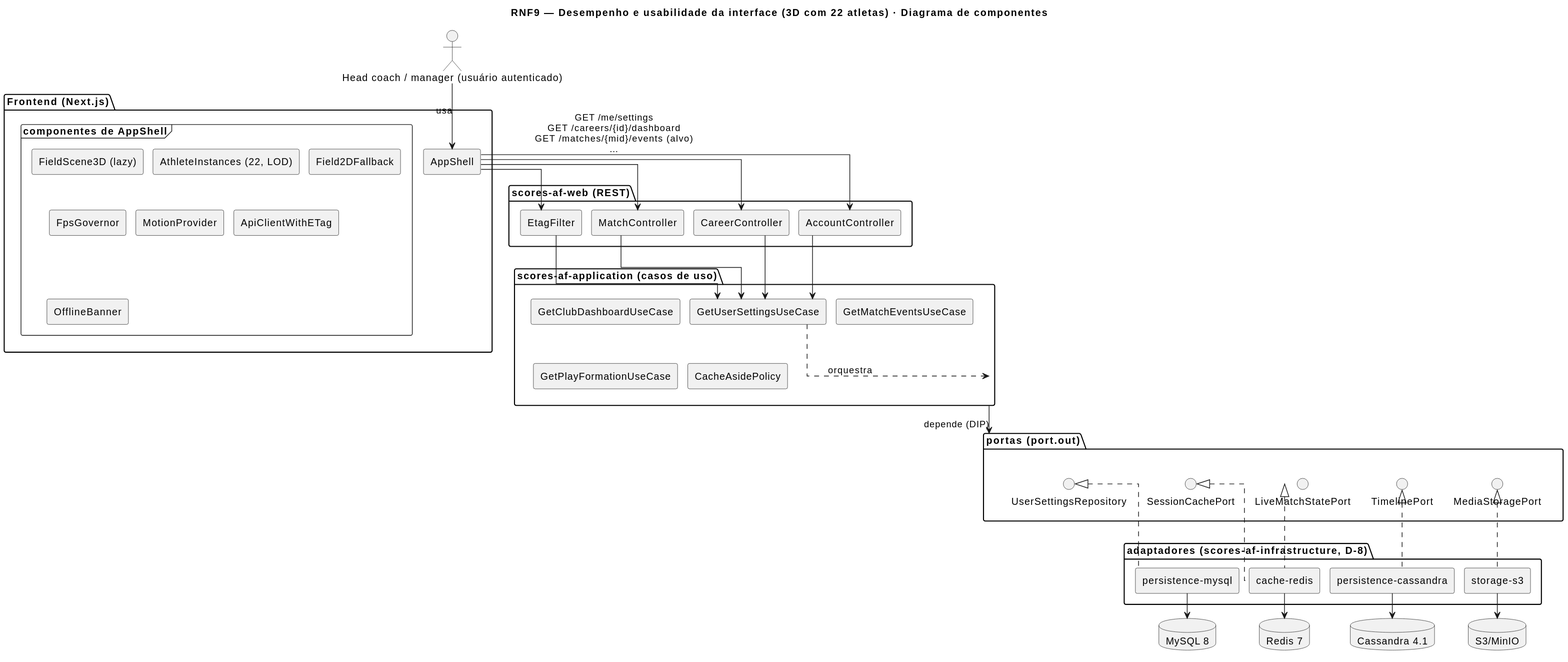
Above: docs/RNF9/RNF9-cmp.svg in MatheusHaliski/Scores-American-Football (PlantUML), before the change.
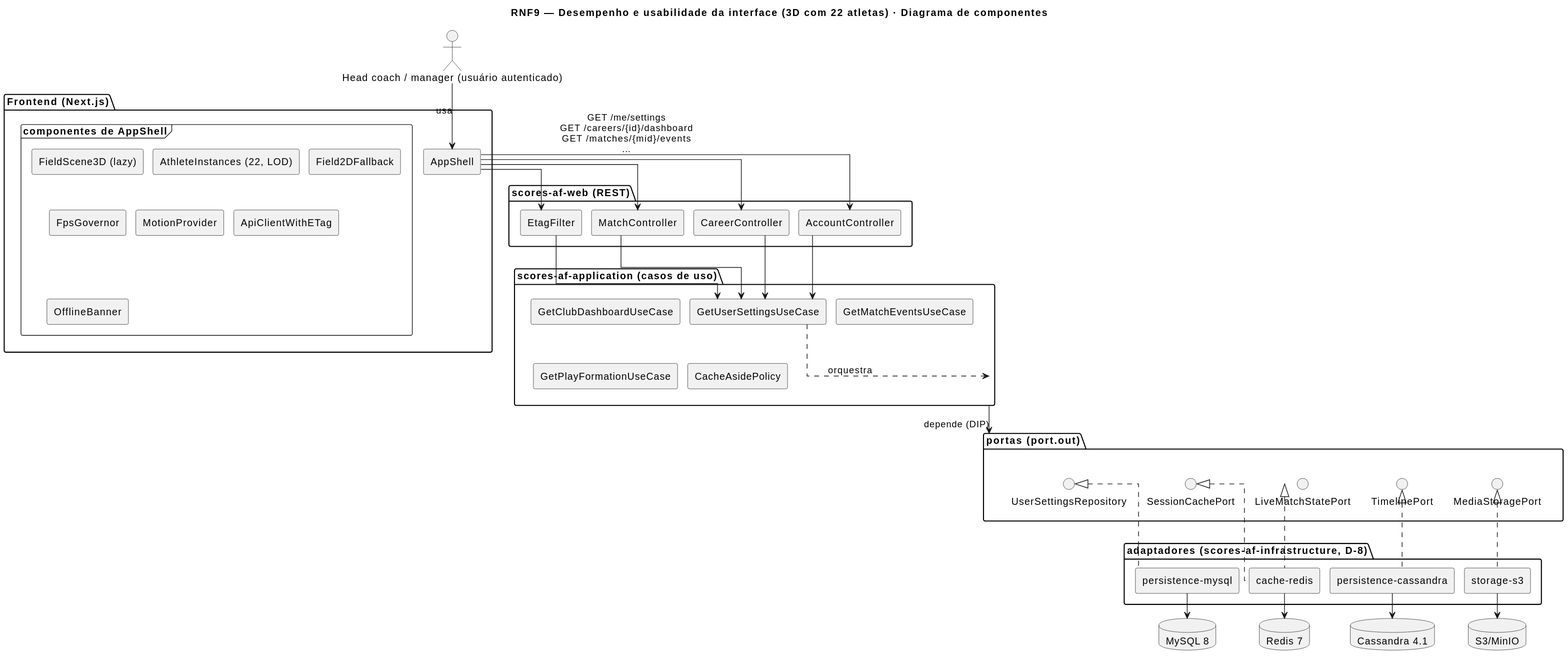
After the change.

What changed in the source:
```diff
@@ -48,7 +48,7 @@
 database "Cassandra 4.1" as s3
 database "S3/MinIO" as s4
 c1 --> c2 : usa
-c2 --> c10 : GET /me/settings\nGET /careers/{id}/dashboard\nGET /matches/{mid}/events (alvo)\n…
+c2 --> c10 : GET /me/settings\nGET /careers/{id}/dashboard\nGET /matches/{mid}/events\n…
 c2 --> c11
 c2 --> c12
 c2 --> c13
```
